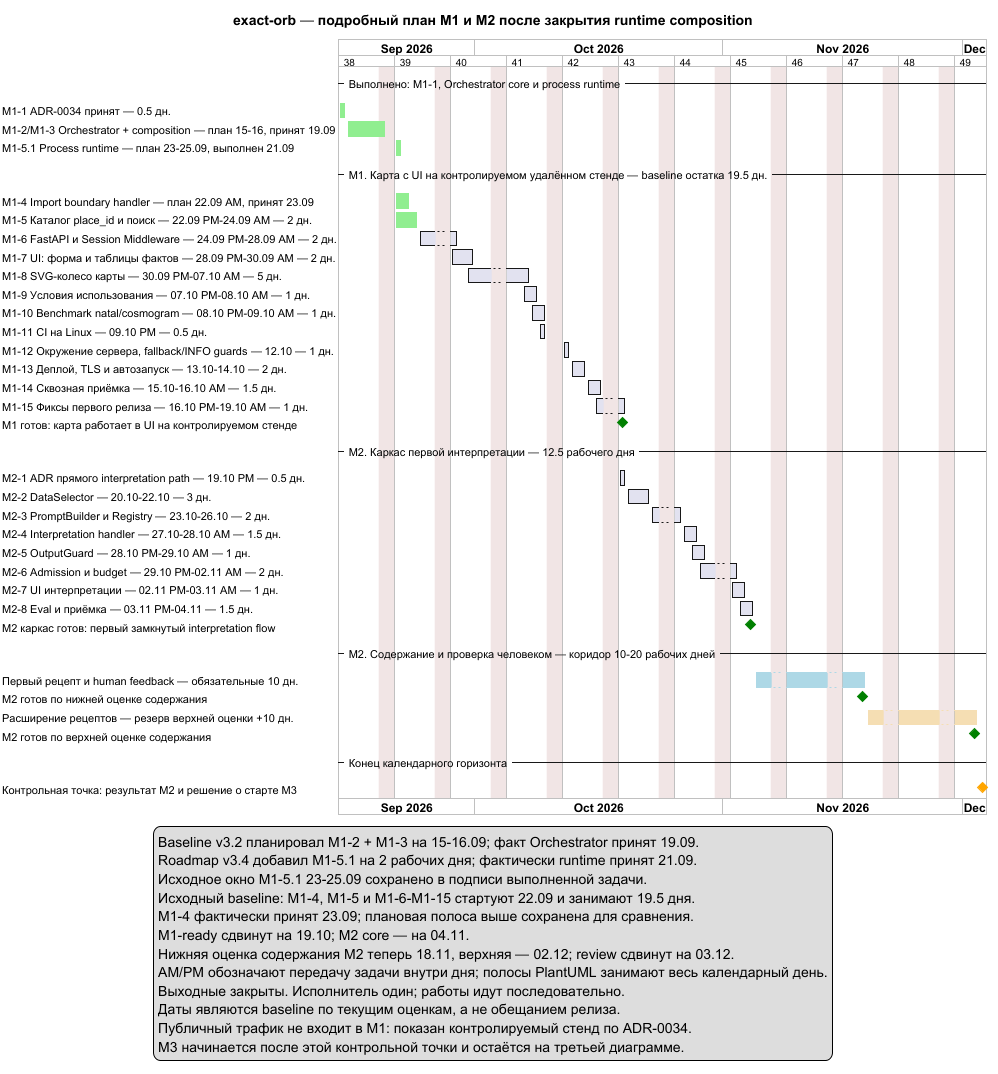
Earlier version of the PlantUML export docs/project_management/roadmap_remote_ui_and_interpretation_plan.png (ksenia-baranova/exact-orb-demo).
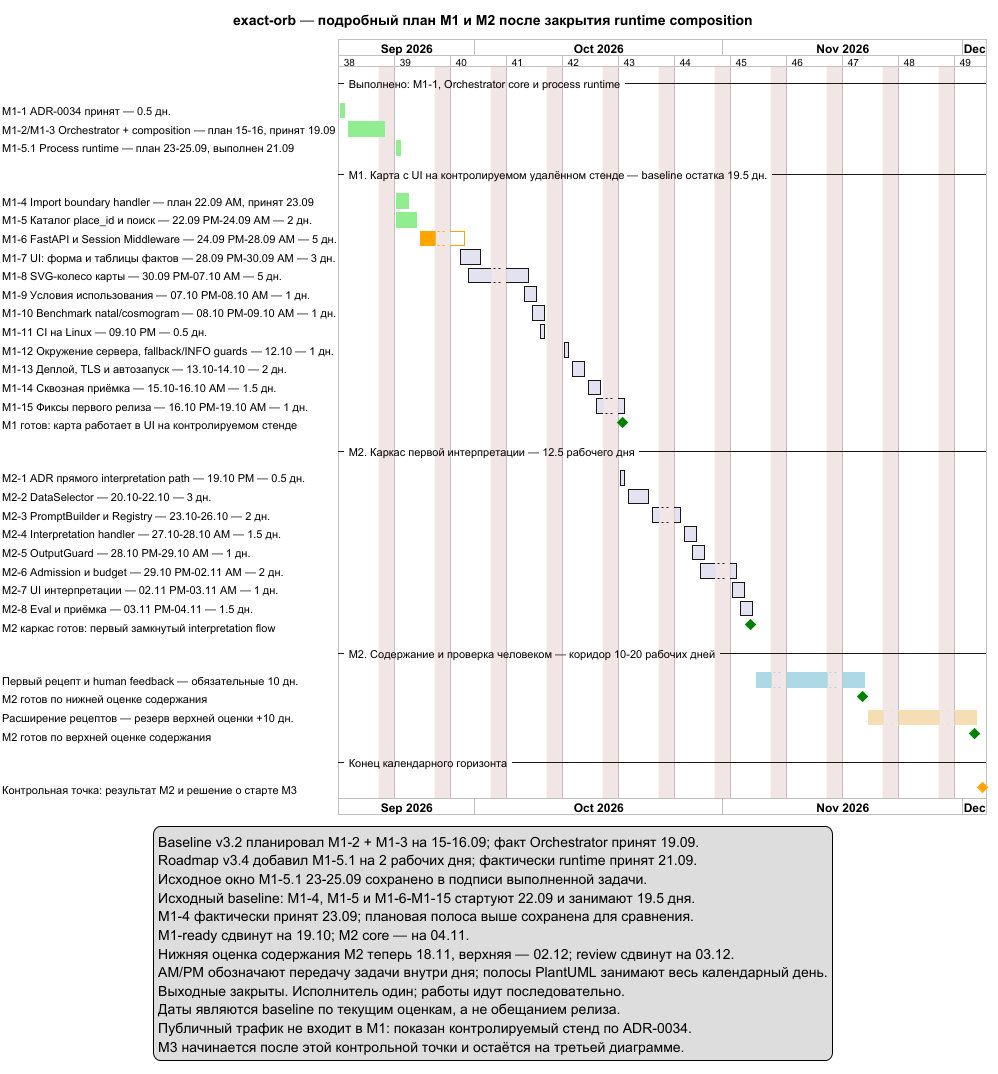
The same file after the commit.

Commit message:
docs: update architecture diagrams, overview, and scenarios

What changed in the source:
```diff
@@ -29,8 +29,10 @@
 [M1-5 Каталог place_id и поиск — 22.09 PM-24.09 AM — 2 дн.] as [M15] starts 2026-09-21 and ends 2026-09-23
 [M15] is 100% complete
 [M15] is colored in LightGreen
-[M1-6 FastAPI и Session Middleware — 24.09 PM-28.09 AM — 2 дн.] as [M16] starts 2026-09-24 and ends 2026-09-28
-[M1-7 UI: форма и таблицы фактов — 28.09 PM-30.09 AM — 2 дн.] as [M17] starts 2026-09-28 and ends 2026-09-30
+[M1-6 FastAPI и Session Middleware — 24.09 PM-28.09 AM — 5 дн.] as [M16] starts 2026-09-24 and ends 2026-09-29
+[M16] is 50% complete
+[M16] is colored in Orange
+[M1-7 UI: форма и таблицы фактов — 28.09 PM-30.09 AM — 3 дн.] as [M17] starts 2026-09-29 and ends 2026-10-01
 [M1-8 SVG-колесо карты — 30.09 PM-07.10 AM — 5 дн.] as [M18] starts 2026-09-30 and ends 2026-10-07
 [M1-9 Условия использования — 07.10 PM-08.10 AM — 1 дн.] as [M19] starts 2026-10-07 and ends 2026-10-08
 [M1-10 Benchmark natal/cosmogram — 08.10 PM-09.10 AM — 1 дн.] as [M110] starts 2026-10-08 and ends 2026-10-09
```
